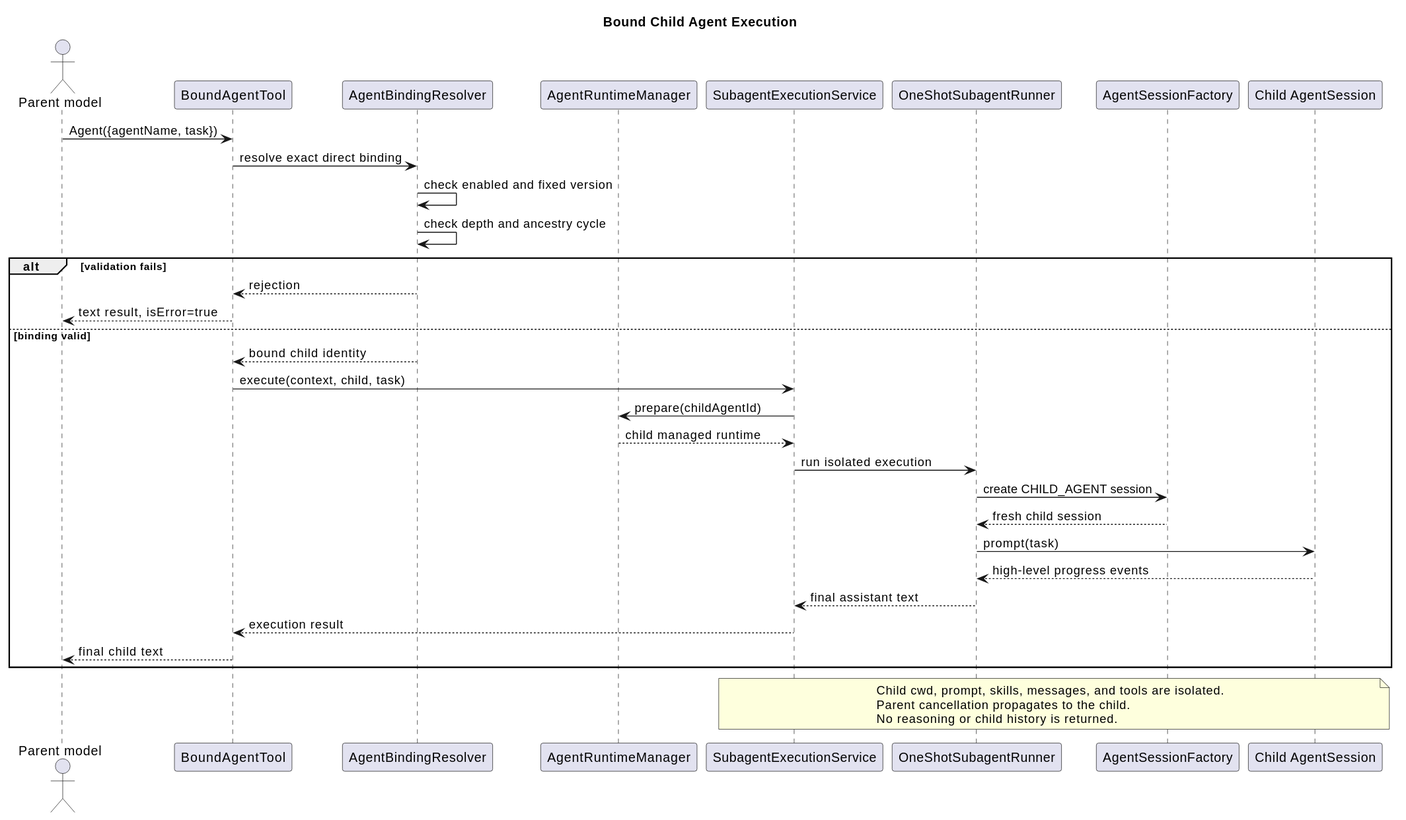
Above: pi-mono-java-tool-system/subagent_execution_sequence.svg in ssm0808/pi-mono-java-design (PlantUML), before the change. The source it was exported from:
```plantuml
@startuml
title Bound Child Agent Execution


skinparam shadowing false
actor "Parent model" as MODEL
participant "BoundAgentTool" as TOOL
participant "AgentBindingResolver" as RESOLVER
participant "AgentRuntimeManager" as ARM
participant "SubagentExecutionService" as SERVICE
participant "OneShotSubagentRunner" as RUNNER
participant "AgentSessionFactory" as SF
participant "Child AgentSession" as CHILD

MODEL -> TOOL : Agent({agentName, task})
TOOL -> RESOLVER : resolve exact direct binding
RESOLVER -> RESOLVER : check enabled and fixed version
RESOLVER -> RESOLVER : check depth and ancestry cycle
alt validation fails
  RESOLVER --> TOOL : rejection
  TOOL --> MODEL : text result, isError=true
else binding valid
  RESOLVER --> TOOL : bound child identity
  TOOL -> SERVICE : execute(context, child, task)
  SERVICE -> ARM : prepare(childAgentId)
  ARM --> SERVICE : child managed runtime
  SERVICE -> RUNNER : run isolated execution
  RUNNER -> SF : create CHILD_AGENT session
  SF --> RUNNER : fresh child session
  RUNNER -> CHILD : prompt(task)
  CHILD --> RUNNER : high-level progress events
  RUNNER --> SERVICE : final assistant text
  SERVICE --> TOOL : execution result
  TOOL --> MODEL : final child text
end

note over SERVICE,CHILD
Child cwd, prompt, skills, messages, and tools are isolated.
Parent cancellation propagates to the child.
No reasoning or child history is returned.
end note
@enduml
```
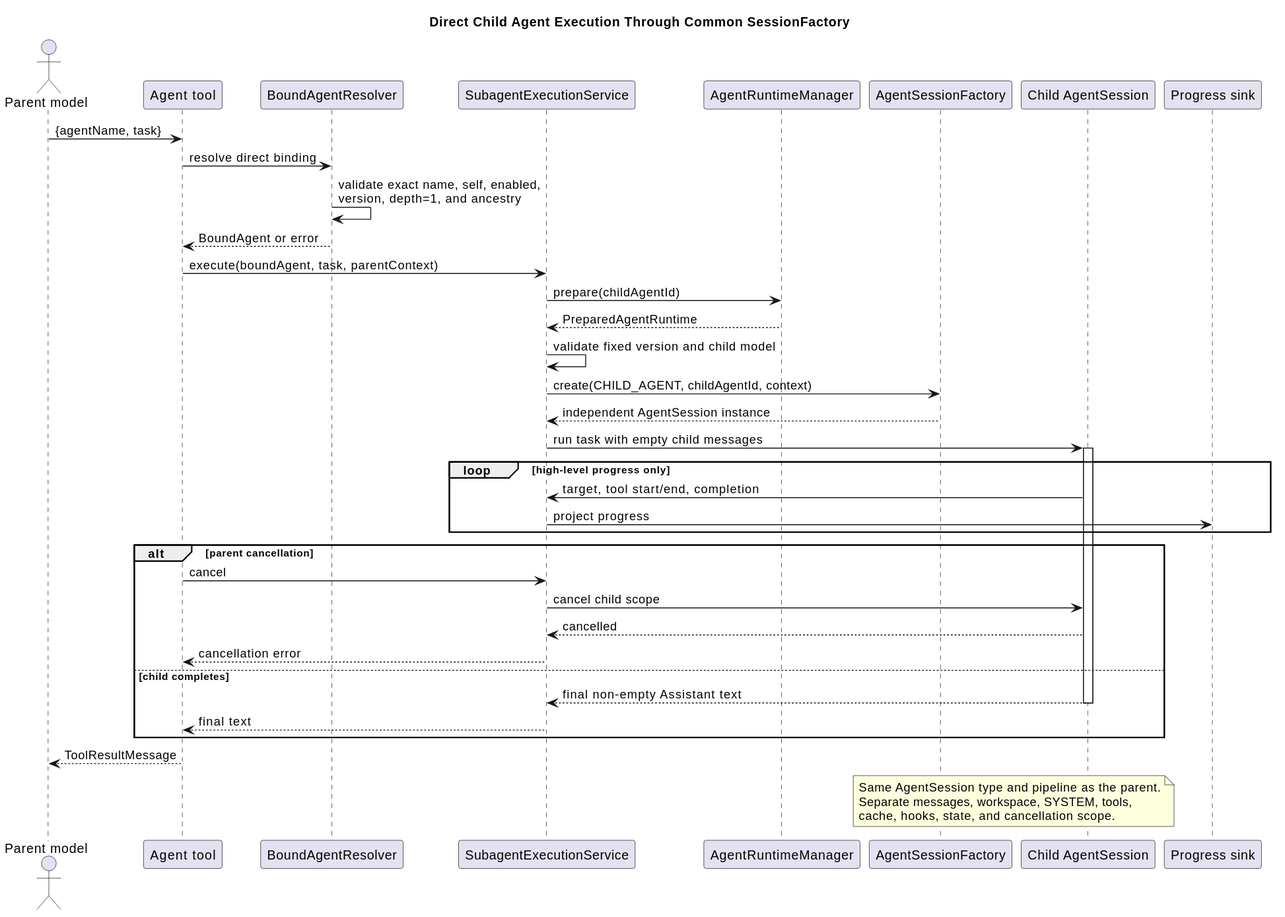
The same diagram one commit later.

Diff of the diagram source:
```diff
@@ -1,42 +1,47 @@
 @startuml
-title Bound Child Agent Execution
+title Direct Child Agent Execution Through Common SessionFactory
+skinparam shadowing false
 
 
-skinparam shadowing false
-actor "Parent model" as MODEL
-participant "BoundAgentTool" as TOOL
-participant "AgentBindingResolver" as RESOLVER
-participant "AgentRuntimeManager" as ARM
-participant "SubagentExecutionService" as SERVICE
-participant "OneShotSubagentRunner" as RUNNER
-participant "AgentSessionFactory" as SF
-participant "Child AgentSession" as CHILD
+actor "Parent model" as Model
+participant "Agent tool" as Agent
+participant "BoundAgentResolver" as Resolver
+participant "SubagentExecutionService" as Service
+participant "AgentRuntimeManager" as Manager
+participant "AgentSessionFactory" as Factory
+participant "Child AgentSession" as Child
+participant "Progress sink" as Progress
 
-MODEL -> TOOL : Agent({agentName, task})
-TOOL -> RESOLVER : resolve exact direct binding
-RESOLVER -> RESOLVER : check enabled and fixed version
-RESOLVER -> RESOLVER : check depth and ancestry cycle
-alt validation fails
-  RESOLVER --> TOOL : rejection
-  TOOL --> MODEL : text result, isError=true
-else binding valid
-  RESOLVER --> TOOL : bound child identity
-  TOOL -> SERVICE : execute(context, child, task)
-  SERVICE -> ARM : prepare(childAgentId)
-  ARM --> SERVICE : child managed runtime
-  SERVICE -> RUNNER : run isolated execution
-  RUNNER -> SF : create CHILD_AGENT session
-  SF --> RUNNER : fresh child session
-  RUNNER -> CHILD : prompt(task)
-  CHILD --> RUNNER : high-level progress events
-  RUNNER --> SERVICE : final assistant text
-  SERVICE --> TOOL : execution result
-  TOOL --> MODEL : final child text
+Model -> Agent : {agentName, task}
+Agent -> Resolver : resolve direct binding
+Resolver -> Resolver : validate exact name, self, enabled,\nversion, depth=1, and ancestry
+Resolver --> Agent : BoundAgent or error
+Agent -> Service : execute(boundAgent, task, parentContext)
+Service -> Manager : prepare(childAgentId)
+Manager --> Service : PreparedAgentRuntime
+Service -> Service : validate fixed version and child model
+Service -> Factory : create(CHILD_AGENT, childAgentId, context)
+Factory --> Service : independent AgentSession instance
+Service -> Child ++ : run task with empty child messages
+loop high-level progress only
+  Child -> Service : target, tool start/end, completion
+  Service -> Progress : project progress
 end
+alt parent cancellation
+  Agent -> Service : cancel
+  Service -> Child : cancel child scope
+  Child --> Service : cancelled
+  Service --> Agent : cancellation error
+else child completes
+  Child --> Service : final non-empty Assistant text
+  deactivate Child
+  Service --> Agent : final text
+end
+Agent --> Model : ToolResultMessage
 
-note over SERVICE,CHILD
-Child cwd, prompt, skills, messages, and tools are isolated.
-Parent cancellation propagates to the child.
-No reasoning or child history is returned.
+note over Factory,Child
+Same AgentSession type and pipeline as the parent.
+Separate messages, workspace, SYSTEM, tools,
+cache, hooks, state, and cancellation scope.
 end note
 @enduml
```
